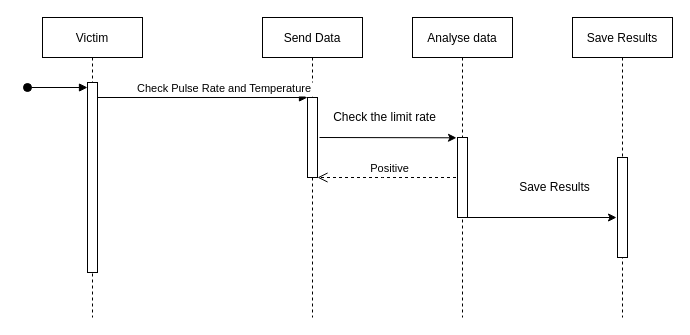
The draw.io diagram diagrams/sequence.drawio in EssieNjoroge/Four-Year-Project, before the edit. Source tidied: cells renumbered, new cells numbered last; positions are measured from the earlier drawing's top-left corner, leaving out a move shared by most shapes. Both pictures are drawn from the tidied source at 100%, with x=0, y=0 at pixel (27, 17).
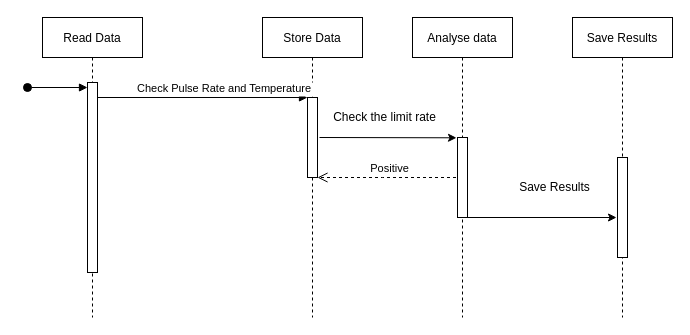
Above is the later version.

Diff of the diagram source:
```diff
@@
-    <mxCell id="2" value="Victim" style="shape=umlLifeline;perimeter=lifelinePerimeter;rounded=0;shadow=0;strokeWidth=1;" parent="1" vertex="1">
+    <mxCell id="2" value="Read Data" style="shape=umlLifeline;perimeter=lifelinePerimeter;rounded=0;shadow=0;strokeWidth=1;" parent="1" vertex="1">
       <mxGeometry x="15" width="100" height="300" as="geometry" />
     </mxCell>
@@
-    <mxCell id="5" value="Send Data" style="shape=umlLifeline;perimeter=lifelinePerimeter;rounded=0;shadow=0;strokeWidth=1;" parent="1" vertex="1">
+    <mxCell id="5" value="Store Data" style="shape=umlLifeline;perimeter=lifelinePerimeter;rounded=0;shadow=0;strokeWidth=1;" parent="1" vertex="1">
       <mxGeometry x="235" width="100" height="300" as="geometry" />
     </mxCell>
```
